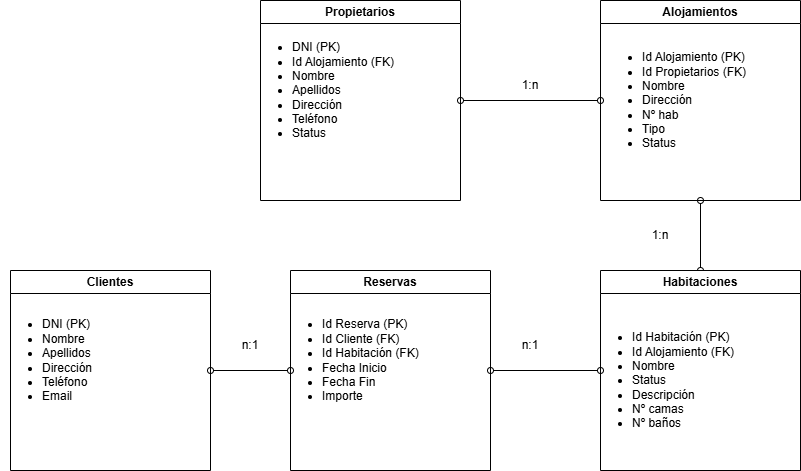
The draw.io diagram docs/BBDD.png in laumarm6/alojamiento, before a commit. Source tidied: cells renumbered, new cells last; positions are measured from the earlier drawing's top-left corner, leaving out a move shared by most shapes. Source of this version:
```xml
<mxGraphModel>
  <root>
    <mxCell id="0" />
    <mxCell id="1" parent="0" />
    <mxCell id="2" value="Propietarios" style="swimlane;whiteSpace=wrap;html=1;" parent="1" vertex="1">
      <mxGeometry x="260" width="200" height="200" as="geometry" />
    </mxCell>
    <mxCell id="3" value="&lt;ul&gt;&lt;li&gt;DNI (PK)&lt;/li&gt;&lt;li&gt;Id Alojamiento (FK)&lt;/li&gt;&lt;li&gt;Nombre&lt;/li&gt;&lt;li&gt;Apellidos&lt;/li&gt;&lt;li&gt;Dirección&lt;/li&gt;&lt;li style=&quot;&quot;&gt;Teléfono&lt;/li&gt;&lt;li&gt;Status&lt;/li&gt;&lt;/ul&gt;" style="text;html=1;align=left;verticalAlign=middle;strokeColor=none;fillColor=none;" parent="2" vertex="1">
      <mxGeometry x="-10" y="20" width="170" height="140" as="geometry" />
    </mxCell>
    <mxCell id="4" value="Alojamientos" style="swimlane;whiteSpace=wrap;html=1;" parent="1" vertex="1">
      <mxGeometry x="600" width="200" height="200" as="geometry" />
    </mxCell>
    <mxCell id="5" value="&lt;ul&gt;&lt;li&gt;Id Alojamiento (PK)&lt;/li&gt;&lt;li&gt;Id Propietarios (FK)&lt;/li&gt;&lt;li&gt;Nombre&lt;/li&gt;&lt;li&gt;Dirección&lt;/li&gt;&lt;li style=&quot;&quot;&gt;Nº hab&lt;/li&gt;&lt;li&gt;Tipo&lt;/li&gt;&lt;li&gt;Status&lt;/li&gt;&lt;/ul&gt;" style="text;html=1;align=left;verticalAlign=middle;points=[];strokeColor=none;fillColor=none;" parent="4" vertex="1">
      <mxGeometry y="30" width="170" height="140" as="geometry" />
    </mxCell>
    <mxCell id="6" style="edgeStyle=orthogonalEdgeStyle;rounded=0;jettySize=auto;html=1;exitX=0.5;exitY=0;exitDx=0;exitDy=0;entryX=0.5;entryY=1;entryDx=0;entryDy=0;endArrow=oval;startFill=0;startArrow=oval;endFill=0;" parent="1" edge="1" source="8" target="4">
      <mxGeometry relative="1" as="geometry" />
    </mxCell>
    <mxCell id="7" style="edgeStyle=orthogonalEdgeStyle;rounded=0;jettySize=auto;html=1;entryX=1;entryY=0.5;entryDx=0;entryDy=0;endArrow=oval;startFill=0;startArrow=oval;endFill=0;" parent="1" edge="1" source="8" target="10">
      <mxGeometry relative="1" as="geometry" />
    </mxCell>
    <mxCell id="8" value="Habitaciones" style="swimlane;whiteSpace=wrap;html=1;" parent="1" vertex="1">
      <mxGeometry x="600" y="270" width="200" height="200" as="geometry" />
    </mxCell>
    <mxCell id="9" value="&lt;ul&gt;&lt;li&gt;Id Habitación (PK)&lt;/li&gt;&lt;li&gt;Id Alojamiento (FK)&lt;/li&gt;&lt;li&gt;Nombre&lt;/li&gt;&lt;li&gt;Status&lt;/li&gt;&lt;li&gt;Descripción&lt;/li&gt;&lt;li&gt;Nº camas&lt;/li&gt;&lt;li&gt;Nº baños&lt;/li&gt;&lt;/ul&gt;" style="text;html=1;align=left;verticalAlign=middle;strokeColor=none;fillColor=none;" parent="8" vertex="1">
      <mxGeometry x="-10" y="40" width="170" height="140" as="geometry" />
    </mxCell>
    <mxCell id="10" value="Reservas" style="swimlane;whiteSpace=wrap;html=1;" parent="1" vertex="1">
      <mxGeometry x="290" y="270" width="200" height="200" as="geometry" />
    </mxCell>
    <mxCell id="11" value="&lt;ul&gt;&lt;li&gt;Id Reserva (PK)&lt;/li&gt;&lt;li&gt;Id Cliente (FK)&lt;/li&gt;&lt;li&gt;Id Habitación (FK)&lt;/li&gt;&lt;li&gt;Fecha Inicio&lt;/li&gt;&lt;li&gt;Fecha Fin&lt;/li&gt;&lt;li&gt;Importe&lt;/li&gt;&lt;/ul&gt;" style="text;html=1;align=left;verticalAlign=middle;strokeColor=none;fillColor=none;" parent="10" vertex="1">
      <mxGeometry x="-10" y="30" width="160" height="120" as="geometry" />
    </mxCell>
    <mxCell id="12" style="edgeStyle=orthogonalEdgeStyle;rounded=0;jettySize=auto;html=1;entryX=0;entryY=0.5;entryDx=0;entryDy=0;endArrow=oval;startFill=0;startArrow=oval;endFill=0;" parent="1" edge="1" source="13" target="10">
      <mxGeometry relative="1" as="geometry" />
    </mxCell>
    <mxCell id="13" value="Clientes" style="swimlane;whiteSpace=wrap;html=1;" parent="1" vertex="1">
      <mxGeometry x="10" y="270" width="200" height="200" as="geometry" />
    </mxCell>
    <mxCell id="14" value="&lt;ul&gt;&lt;li&gt;DNI (PK)&lt;/li&gt;&lt;li&gt;Nombre&lt;/li&gt;&lt;li&gt;Apellidos&lt;/li&gt;&lt;li&gt;Dirección&lt;/li&gt;&lt;li style=&quot;&quot;&gt;Teléfono&lt;/li&gt;&lt;li style=&quot;&quot;&gt;Email&lt;/li&gt;&lt;/ul&gt;" style="text;html=1;align=left;verticalAlign=middle;strokeColor=none;fillColor=none;" parent="13" vertex="1">
      <mxGeometry x="-10" y="30" width="110" height="120" as="geometry" />
    </mxCell>
    <mxCell id="15" style="rounded=0;jettySize=auto;html=1;entryX=1;entryY=0.5;entryDx=0;entryDy=0;startArrow=oval;startFill=0;endArrow=oval;endFill=0;" parent="1" edge="1" source="5" target="2">
      <mxGeometry relative="1" as="geometry" />
    </mxCell>
    <mxCell id="16" value="1:n" style="text;html=1;align=center;verticalAlign=middle;whiteSpace=wrap;rounded=0;" parent="1" vertex="1">
      <mxGeometry x="500" y="70" width="60" height="30" as="geometry" />
    </mxCell>
    <mxCell id="17" value="1:n" style="text;html=1;align=center;verticalAlign=middle;whiteSpace=wrap;rounded=0;" parent="1" vertex="1">
      <mxGeometry x="630" y="220" width="60" height="30" as="geometry" />
    </mxCell>
    <mxCell id="18" value="n:1" style="text;html=1;align=center;verticalAlign=middle;whiteSpace=wrap;rounded=0;" parent="1" vertex="1">
      <mxGeometry x="500" y="330" width="60" height="30" as="geometry" />
    </mxCell>
    <mxCell id="19" value="n:1" style="text;html=1;align=center;verticalAlign=middle;whiteSpace=wrap;rounded=0;" parent="1" vertex="1">
      <mxGeometry x="220" y="330" width="60" height="30" as="geometry" />
    </mxCell>
  </root>
</mxGraphModel>
```
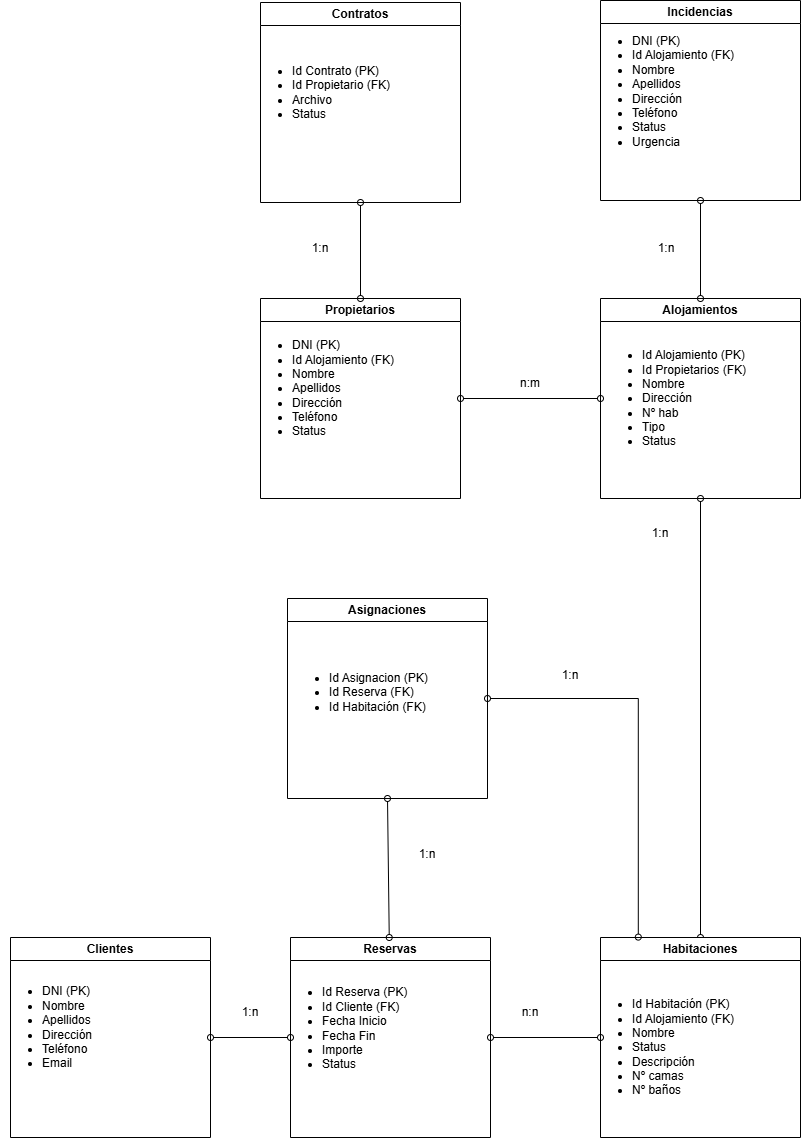
The same file after the commit.

Commit message:
corrijo BBDD y diagrama flujo

Change to the diagram source:
```diff
@@ -3,13 +3,13 @@
     <mxCell id="0" />
     <mxCell id="1" parent="0" />
     <mxCell id="2" value="Propietarios" style="swimlane;whiteSpace=wrap;html=1;" parent="1" vertex="1">
-      <mxGeometry x="260" width="200" height="200" as="geometry" />
+      <mxGeometry x="260" y="-369" width="200" height="200" as="geometry" />
     </mxCell>
     <mxCell id="3" value="&lt;ul&gt;&lt;li&gt;DNI (PK)&lt;/li&gt;&lt;li&gt;Id Alojamiento (FK)&lt;/li&gt;&lt;li&gt;Nombre&lt;/li&gt;&lt;li&gt;Apellidos&lt;/li&gt;&lt;li&gt;Dirección&lt;/li&gt;&lt;li style=&quot;&quot;&gt;Teléfono&lt;/li&gt;&lt;li&gt;Status&lt;/li&gt;&lt;/ul&gt;" style="text;html=1;align=left;verticalAlign=middle;strokeColor=none;fillColor=none;" parent="2" vertex="1">
       <mxGeometry x="-10" y="20" width="170" height="140" as="geometry" />
     </mxCell>
     <mxCell id="4" value="Alojamientos" style="swimlane;whiteSpace=wrap;html=1;" parent="1" vertex="1">
-      <mxGeometry x="600" width="200" height="200" as="geometry" />
+      <mxGeometry x="600" y="-369" width="200" height="200" as="geometry" />
     </mxCell>
     <mxCell id="5" value="&lt;ul&gt;&lt;li&gt;Id Alojamiento (PK)&lt;/li&gt;&lt;li&gt;Id Propietarios (FK)&lt;/li&gt;&lt;li&gt;Nombre&lt;/li&gt;&lt;li&gt;Dirección&lt;/li&gt;&lt;li style=&quot;&quot;&gt;Nº hab&lt;/li&gt;&lt;li&gt;Tipo&lt;/li&gt;&lt;li&gt;Status&lt;/li&gt;&lt;/ul&gt;" style="text;html=1;align=left;verticalAlign=middle;points=[];strokeColor=none;fillColor=none;" parent="4" vertex="1">
       <mxGeometry y="30" width="170" height="140" as="geometry" />
@@ -29,8 +29,8 @@
     <mxCell id="10" value="Reservas" style="swimlane;whiteSpace=wrap;html=1;" parent="1" vertex="1">
       <mxGeometry x="290" y="270" width="200" height="200" as="geometry" />
     </mxCell>
-    <mxCell id="11" value="&lt;ul&gt;&lt;li&gt;Id Reserva (PK)&lt;/li&gt;&lt;li&gt;Id Cliente (FK)&lt;/li&gt;&lt;li&gt;Id Habitación (FK)&lt;/li&gt;&lt;li&gt;Fecha Inicio&lt;/li&gt;&lt;li&gt;Fecha Fin&lt;/li&gt;&lt;li&gt;Importe&lt;/li&gt;&lt;/ul&gt;" style="text;html=1;align=left;verticalAlign=middle;strokeColor=none;fillColor=none;" parent="10" vertex="1">
-      <mxGeometry x="-10" y="30" width="160" height="120" as="geometry" />
+    <mxCell id="11" value="&lt;ul&gt;&lt;li&gt;Id Reserva (PK)&lt;/li&gt;&lt;li&gt;Id Cliente (FK)&lt;/li&gt;&lt;li&gt;Fecha Inicio&lt;/li&gt;&lt;li&gt;Fecha Fin&lt;/li&gt;&lt;li&gt;Importe&lt;/li&gt;&lt;li&gt;Status&lt;/li&gt;&lt;/ul&gt;" style="text;html=1;align=left;verticalAlign=middle;strokeColor=none;fillColor=none;" parent="10" vertex="1">
+      <mxGeometry x="-10" y="30" width="143" height="122" as="geometry" />
     </mxCell>
     <mxCell id="12" style="edgeStyle=orthogonalEdgeStyle;rounded=0;jettySize=auto;html=1;entryX=0;entryY=0.5;entryDx=0;entryDy=0;endArrow=oval;startFill=0;startArrow=oval;endFill=0;" parent="1" edge="1" source="13" target="10">
       <mxGeometry relative="1" as="geometry" />
@@ -44,17 +44,59 @@
     <mxCell id="15" style="rounded=0;jettySize=auto;html=1;entryX=1;entryY=0.5;entryDx=0;entryDy=0;startArrow=oval;startFill=0;endArrow=oval;endFill=0;" parent="1" edge="1" source="5" target="2">
       <mxGeometry relative="1" as="geometry" />
     </mxCell>
-    <mxCell id="16" value="1:n" style="text;html=1;align=center;verticalAlign=middle;whiteSpace=wrap;rounded=0;" parent="1" vertex="1">
-      <mxGeometry x="500" y="70" width="60" height="30" as="geometry" />
+    <mxCell id="16" value="n:m" style="text;html=1;align=center;verticalAlign=middle;whiteSpace=wrap;rounded=0;" parent="1" vertex="1">
+      <mxGeometry x="500" y="-299" width="60" height="30" as="geometry" />
     </mxCell>
     <mxCell id="17" value="1:n" style="text;html=1;align=center;verticalAlign=middle;whiteSpace=wrap;rounded=0;" parent="1" vertex="1">
-      <mxGeometry x="630" y="220" width="60" height="30" as="geometry" />
+      <mxGeometry x="630" y="-149" width="60" height="30" as="geometry" />
     </mxCell>
-    <mxCell id="18" value="n:1" style="text;html=1;align=center;verticalAlign=middle;whiteSpace=wrap;rounded=0;" parent="1" vertex="1">
+    <mxCell id="18" value="n:n" style="text;html=1;align=center;verticalAlign=middle;whiteSpace=wrap;rounded=0;" parent="1" vertex="1">
       <mxGeometry x="500" y="330" width="60" height="30" as="geometry" />
     </mxCell>
-    <mxCell id="19" value="n:1" style="text;html=1;align=center;verticalAlign=middle;whiteSpace=wrap;rounded=0;" parent="1" vertex="1">
+    <mxCell id="19" value="1:n" style="text;html=1;align=center;verticalAlign=middle;whiteSpace=wrap;rounded=0;" parent="1" vertex="1">
       <mxGeometry x="220" y="330" width="60" height="30" as="geometry" />
     </mxCell>
+    <mxCell id="20" value="Contratos" style="swimlane;whiteSpace=wrap;html=1;" parent="1" vertex="1">
+      <mxGeometry x="260" y="-665" width="200" height="200" as="geometry" />
+    </mxCell>
+    <mxCell id="21" value="&lt;ul&gt;&lt;li&gt;Id Contrato (PK)&lt;/li&gt;&lt;li&gt;Id Propietario (FK)&lt;/li&gt;&lt;li&gt;Archivo&lt;/li&gt;&lt;li&gt;Status&lt;/li&gt;&lt;/ul&gt;" style="text;html=1;align=left;verticalAlign=middle;strokeColor=none;fillColor=none;" parent="20" vertex="1">
+      <mxGeometry x="-10" y="43" width="156" height="94" as="geometry" />
+    </mxCell>
+    <mxCell id="22" value="Incidencias" style="swimlane;whiteSpace=wrap;html=1;" parent="1" vertex="1">
+      <mxGeometry x="600" y="-667" width="200" height="200" as="geometry" />
+    </mxCell>
+    <mxCell id="23" value="&lt;ul&gt;&lt;li&gt;DNI (PK)&lt;/li&gt;&lt;li&gt;Id Alojamiento (FK)&lt;/li&gt;&lt;li&gt;Nombre&lt;/li&gt;&lt;li&gt;Apellidos&lt;/li&gt;&lt;li&gt;Dirección&lt;/li&gt;&lt;li style=&quot;&quot;&gt;Teléfono&lt;/li&gt;&lt;li&gt;Status&lt;/li&gt;&lt;li&gt;Urgencia&lt;/li&gt;&lt;/ul&gt;" style="text;html=1;align=left;verticalAlign=middle;strokeColor=none;fillColor=none;" parent="22" vertex="1">
+      <mxGeometry x="-10" y="15" width="160" height="151" as="geometry" />
+    </mxCell>
+    <mxCell id="24" style="rounded=0;jettySize=auto;html=1;entryX=0.5;entryY=1;entryDx=0;entryDy=0;startArrow=oval;startFill=0;endArrow=oval;endFill=0;exitX=0.5;exitY=0;exitDx=0;exitDy=0;" parent="1" edge="1" source="2" target="20">
+      <mxGeometry relative="1" as="geometry" />
+    </mxCell>
+    <mxCell id="25" style="rounded=0;jettySize=auto;html=1;entryX=0.5;entryY=1;entryDx=0;entryDy=0;startArrow=oval;startFill=0;endArrow=oval;endFill=0;exitX=0.5;exitY=0;exitDx=0;exitDy=0;" parent="1" edge="1" source="4" target="22">
+      <mxGeometry relative="1" as="geometry" />
+    </mxCell>
+    <mxCell id="26" value="1:n" style="text;html=1;align=center;verticalAlign=middle;whiteSpace=wrap;rounded=0;" parent="1" vertex="1">
+      <mxGeometry x="290" y="-434" width="60" height="30" as="geometry" />
+    </mxCell>
+    <mxCell id="27" value="1:n" style="text;html=1;align=center;verticalAlign=middle;whiteSpace=wrap;rounded=0;" parent="1" vertex="1">
+      <mxGeometry x="636" y="-434" width="60" height="30" as="geometry" />
+    </mxCell>
+    <mxCell id="28" style="rounded=0;jettySize=auto;html=1;exitX=0.5;exitY=1;exitDx=0;exitDy=0;endArrow=oval;endFill=0;startArrow=oval;startFill=0;" parent="1" edge="1" source="30" target="10">
+      <mxGeometry relative="1" as="geometry" />
+    </mxCell>
+    <mxCell id="29" style="edgeStyle=orthogonalEdgeStyle;rounded=0;jettySize=auto;html=1;entryX=0.189;entryY=-0.002;entryDx=0;entryDy=0;entryPerimeter=0;startArrow=oval;startFill=0;endArrow=oval;endFill=0;" parent="1" edge="1" source="30" target="8">
+      <mxGeometry relative="1" as="geometry" />
+    </mxCell>
+    <mxCell id="30" value="Asignaciones" style="swimlane;whiteSpace=wrap;html=1;" parent="1" vertex="1">
+      <mxGeometry x="287" y="-69" width="200" height="200" as="geometry" />
+    </mxCell>
+    <mxCell id="31" value="&lt;ul&gt;&lt;li&gt;Id Asignacion (PK)&lt;/li&gt;&lt;li&gt;Id Reserva (FK)&lt;/li&gt;&lt;li&gt;Id Habitación (FK)&lt;/li&gt;&lt;/ul&gt;" style="text;html=1;align=left;verticalAlign=middle;strokeColor=none;fillColor=none;" parent="30" vertex="1">
+      <mxGeometry y="54" width="157" height="79" as="geometry" />
+    </mxCell>
+    <mxCell id="32" value="1:n" style="text;html=1;align=center;verticalAlign=middle;whiteSpace=wrap;rounded=0;" parent="1" vertex="1">
+      <mxGeometry x="397" y="172" width="60" height="30" as="geometry" />
+    </mxCell>
+    <mxCell id="33" value="1:n" style="text;html=1;align=center;verticalAlign=middle;whiteSpace=wrap;rounded=0;" parent="1" vertex="1">
+      <mxGeometry x="540" y="-7" width="60" height="30" as="geometry" />
+    </mxCell>
   </root>
 </mxGraphModel>
```
